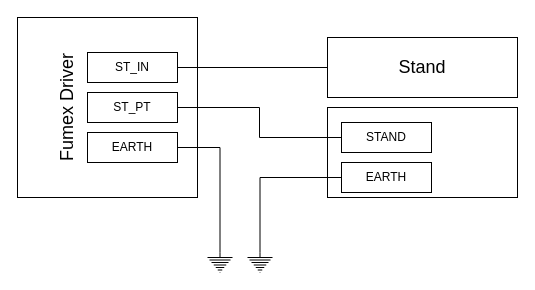
Above: diagrams/soldering_station_connection.drawio in koszalix/Fumex (draw.io), before the change. Source tidied: cells renumbered, new cells numbered last; positions are measured from the earlier drawing's top-left corner, leaving out a move shared by most shapes. Both pictures are drawn from the tidied source at 100%, with x=0, y=0 at pixel (-3, 17).
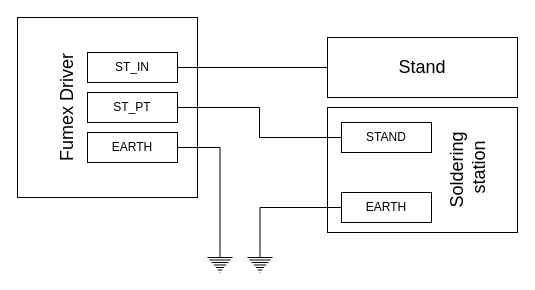
After the change.

Commit message (it also covers changes not shown here):
Update soldering station image

Change to the diagram source:
```diff
@@
 <mxGraphModel>
   <root>
     <mxCell id="0" />
     <mxCell id="1" parent="0" />
     <mxCell id="2" style="rounded=0;whiteSpace=wrap;html=1;" parent="1" vertex="1">
       <mxGeometry x="20" width="180" height="180" as="geometry" />
     </mxCell>
     <mxCell id="3" value="ST_IN" style="rounded=0;whiteSpace=wrap;html=1;" parent="1" vertex="1">
       <mxGeometry x="90" y="35" width="90" height="30" as="geometry" />
     </mxCell>
     <mxCell id="4" value="ST_PT" style="rounded=0;whiteSpace=wrap;html=1;" parent="1" vertex="1">
       <mxGeometry x="90" y="75" width="90" height="30" as="geometry" />
     </mxCell>
     <mxCell id="5" value="EARTH" style="rounded=0;whiteSpace=wrap;html=1;" parent="1" vertex="1">
       <mxGeometry x="90" y="115" width="90" height="30" as="geometry" />
     </mxCell>
     <mxCell id="6" value="&lt;font style=&quot;font-size: 18px;&quot;&gt;Fumex Driver&lt;/font&gt;" style="text;strokeColor=none;align=center;fillColor=none;html=1;verticalAlign=middle;whiteSpace=wrap;rounded=0;rotation=-90;" parent="1" vertex="1">
       <mxGeometry y="75" width="140" height="30" as="geometry" />
     </mxCell>
     <mxCell id="7" style="edgeStyle=orthogonalEdgeStyle;rounded=0;jettySize=auto;html=1;exitX=0;exitY=0.5;exitDx=0;exitDy=0;entryX=1;entryY=0.5;entryDx=0;entryDy=0;endArrow=none;endFill=0;" parent="1" edge="1" source="8" target="3">
       <mxGeometry relative="1" as="geometry" />
     </mxCell>
     <mxCell id="8" value="&lt;font style=&quot;font-size: 18px;&quot;&gt;Stand&lt;/font&gt;" style="rounded=0;whiteSpace=wrap;html=1;" parent="1" vertex="1">
       <mxGeometry x="330" y="20" width="190" height="60" as="geometry" />
     </mxCell>
     <mxCell id="9" style="rounded=0;whiteSpace=wrap;html=1;" parent="1" vertex="1">
-      <mxGeometry x="330" y="90" width="190" height="90" as="geometry" />
+      <mxGeometry x="330" y="90" width="190" height="125" as="geometry" />
     </mxCell>
     <mxCell id="10" style="edgeStyle=orthogonalEdgeStyle;rounded=0;jettySize=auto;html=1;exitX=0;exitY=0.5;exitDx=0;exitDy=0;entryX=1;entryY=0.5;entryDx=0;entryDy=0;endArrow=none;endFill=0;" parent="1" edge="1" source="11" target="4">
       <mxGeometry relative="1" as="geometry" />
     </mxCell>
     <mxCell id="11" value="STAND" style="rounded=0;whiteSpace=wrap;html=1;" parent="1" vertex="1">
       <mxGeometry x="344" y="105" width="90" height="30" as="geometry" />
     </mxCell>
     <mxCell id="12" value="EARTH" style="rounded=0;whiteSpace=wrap;html=1;" parent="1" vertex="1">
-      <mxGeometry x="344" y="145" width="90" height="30" as="geometry" />
+      <mxGeometry x="344" y="175" width="90" height="30" as="geometry" />
     </mxCell>
     <mxCell id="13" style="edgeStyle=orthogonalEdgeStyle;rounded=0;jettySize=auto;html=1;exitX=0.5;exitY=0;exitDx=0;exitDy=0;exitPerimeter=0;entryX=1;entryY=0.5;entryDx=0;entryDy=0;endArrow=none;endFill=0;" parent="1" edge="1" source="14" target="5">
       <mxGeometry relative="1" as="geometry" />
     </mxCell>
     <mxCell id="14" style="verticalLabelPosition=bottom;shadow=0;dashed=0;align=center;html=1;verticalAlign=top;shape=mxgraph.electrical.signal_sources.protective_earth;" parent="1" vertex="1">
       <mxGeometry x="210" y="235" width="25" height="20" as="geometry" />
     </mxCell>
     <mxCell id="15" style="verticalLabelPosition=bottom;shadow=0;dashed=0;align=center;html=1;verticalAlign=top;shape=mxgraph.electrical.signal_sources.protective_earth;" parent="1" vertex="1">
       <mxGeometry x="250" y="235" width="25" height="20" as="geometry" />
     </mxCell>
     <mxCell id="16" style="edgeStyle=orthogonalEdgeStyle;rounded=0;jettySize=auto;html=1;exitX=0;exitY=0.5;exitDx=0;exitDy=0;entryX=0.5;entryY=0;entryDx=0;entryDy=0;entryPerimeter=0;endArrow=none;endFill=0;" parent="1" edge="1" source="12" target="15">
       <mxGeometry relative="1" as="geometry" />
     </mxCell>
+    <mxCell id="17" value="&lt;font style=&quot;font-size: 18px;&quot;&gt;Soldering&lt;br&gt;&amp;nbsp;station&lt;/font&gt;" style="text;strokeColor=none;align=center;fillColor=none;html=1;verticalAlign=middle;whiteSpace=wrap;rounded=0;rotation=-90;" parent="1" vertex="1">
+      <mxGeometry x="400" y="137.5" width="140" height="30" as="geometry" />
+    </mxCell>
   </root>
 </mxGraphModel>
```
